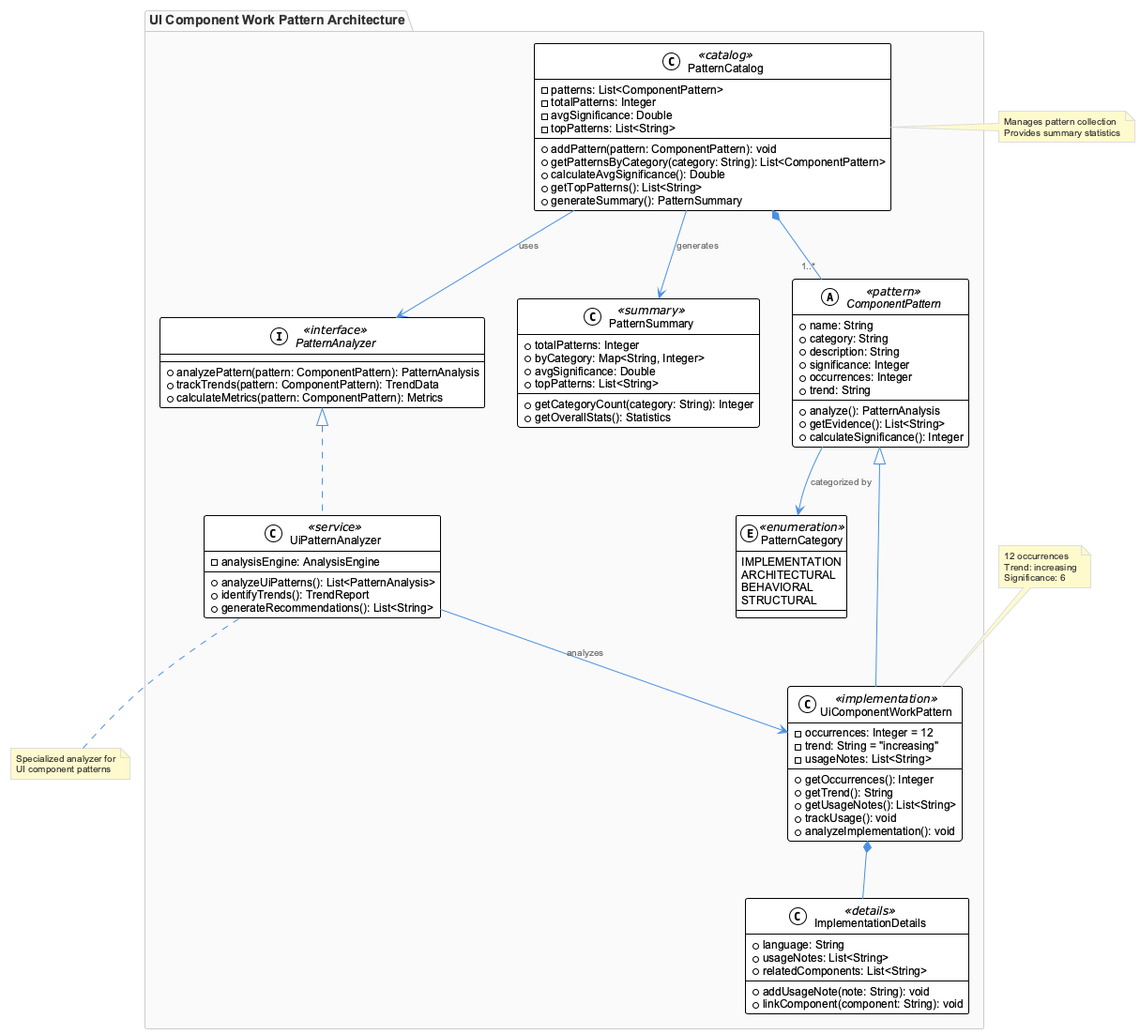
This is knowledge-management/insights/images/ui-component-work-pattern-class.png from fwornle/coding, a PlantUML export, as it was before one commit.
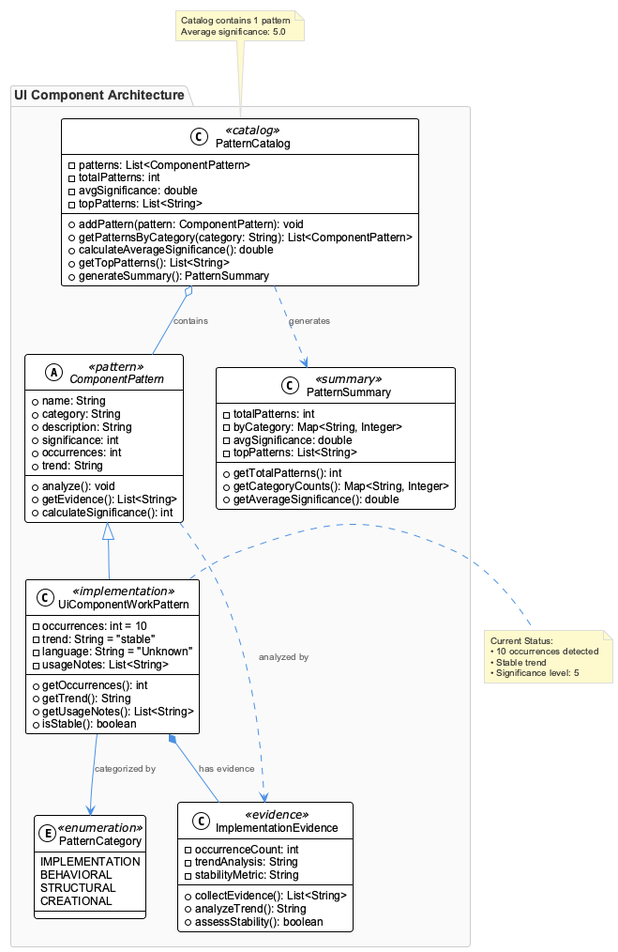
Later version of the same file.

Diff of the diagram source:
```diff
@@ -1,98 +1,92 @@
 @startuml
 !include /Users/q284340/Agentic/coding/docs/puml/_standard-style.puml
 
-package "UI Component Work Pattern Architecture" {
+package "UI Component Architecture" {
 
     abstract class ComponentPattern <<pattern>> {
         +name: String
         +category: String
         +description: String
-        +significance: Integer
-        +occurrences: Integer
+        +significance: int
+        +occurrences: int
         +trend: String
         --
-        +analyze(): PatternAnalysis
+        +analyze(): void
         +getEvidence(): List<String>
-        +calculateSignificance(): Integer
+        +calculateSignificance(): int
     }
 
     class UiComponentWorkPattern <<implementation>> {
-        -occurrences: Integer = 12
-        -trend: String = "increasing"
+        -occurrences: int = 10
+        -trend: String = "stable"
+        -language: String = "Unknown"
         -usageNotes: List<String>
         --
-        +getOccurrences(): Integer
+        +getOccurrences(): int
         +getTrend(): String
         +getUsageNotes(): List<String>
-        +trackUsage(): void
-        +analyzeImplementation(): void
+        +isStable(): boolean
     }
 
     class PatternCatalog <<catalog>> {
         -patterns: List<ComponentPattern>
-        -totalPatterns: Integer
-        -avgSignificance: Double
+        -totalPatterns: int
+        -avgSignificance: double
         -topPatterns: List<String>
         --
         +addPattern(pattern: ComponentPattern): void
         +getPatternsByCategory(category: String): List<ComponentPattern>
-        +calculateAvgSignificance(): Double
+        +calculateAverageSignificance(): double
         +getTopPatterns(): List<String>
         +generateSummary(): PatternSummary
     }
 
     class PatternSummary <<summary>> {
-        +totalPatterns: Integer
-        +byCategory: Map<String, Integer>
-        +avgSignificance: Double
-        +topPatterns: List<String>
+        -totalPatterns: int
+        -byCategory: Map<String, Integer>
+        -avgSignificance: double
+        -topPatterns: List<String>
         --
-        +getCategoryCount(category: String): Integer
-        +getOverallStats(): Statistics
+        +getTotalPatterns(): int
+        +getCategoryCounts(): Map<String, Integer>
+        +getAverageSignificance(): double
     }
 
     enum PatternCategory <<enumeration>> {
         IMPLEMENTATION
-        ARCHITECTURAL
         BEHAVIORAL
         STRUCTURAL
+        CREATIONAL
     }
 
-    class ImplementationDetails <<details>> {
-        +language: String
-        +usageNotes: List<String>
-        +relatedComponents: List<String>
+    class ImplementationEvidence <<evidence>> {
+        -occurrenceCount: int
+        -trendAnalysis: String
+        -stabilityMetric: String
         --
-        +addUsageNote(note: String): void
-        +linkComponent(component: String): void
-    }
-
-    interface PatternAnalyzer <<interface>> {
-        +analyzePattern(pattern: ComponentPattern): PatternAnalysis
-        +trackTrends(pattern: ComponentPattern): TrendData
-        +calculateMetrics(pattern: ComponentPattern): Metrics
-    }
-
-    class UiPatternAnalyzer <<service>> {
-        -analysisEngine: AnalysisEngine
-        --
-        +analyzeUiPatterns(): List<PatternAnalysis>
-        +identifyTrends(): TrendReport
-        +generateRecommendations(): List<String>
+        +collectEvidence(): List<String>
+        +analyzeTrend(): String
+        +assessStability(): boolean
     }
 }
 
 ComponentPattern <|-- UiComponentWorkPattern
-PatternCatalog *-- "1..*" ComponentPattern
-PatternCatalog --> PatternSummary : generates
-ComponentPattern --> PatternCategory : categorized by
-UiComponentWorkPattern *-- ImplementationDetails
-PatternAnalyzer <|.. UiPatternAnalyzer
-UiPatternAnalyzer --> UiComponentWorkPattern : analyzes
-PatternCatalog --> PatternAnalyzer : uses
+PatternCatalog o-- ComponentPattern : contains
+PatternCatalog ..> PatternSummary : generates
+UiComponentWorkPattern --> PatternCategory : categorized by
+UiComponentWorkPattern *-- ImplementationEvidence : has evidence
+ComponentPattern ..> ImplementationEvidence : analyzed by
 
-note top of UiComponentWorkPattern : 12 occurrences\nTrend: increasing\nSignificance: 6
-note right of PatternCatalog : Manages pattern collection\nProvides summary statistics
-note bottom of UiPatternAnalyzer : Specialized analyzer for\nUI component patterns
+note right of UiComponentWorkPattern
+  Current Status:
+  • 10 occurrences detected
+  • Stable trend
+  • Significance level: 5
+end note
+
+note top of PatternCatalog
+  Catalog contains 1 pattern
+  Average significance: 5.0
+end note
 
 @enduml
```
